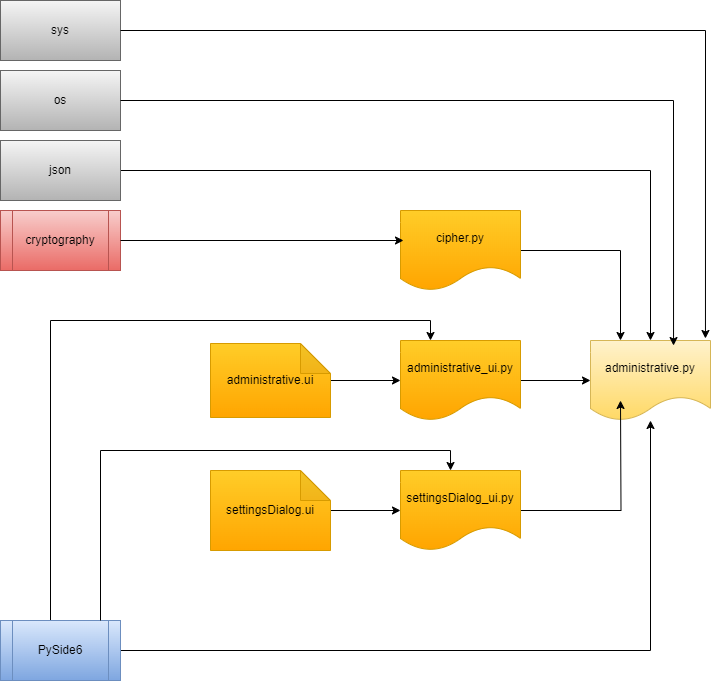
Earlier version of the draw.io export docs/pictures/Riippuvuudet-Moddulit.drawio.png (50904/Autolainaus). Source tidied: cells renumbered, new cells last; positions are measured from the earlier drawing's top-left corner, leaving out a move shared by most shapes.
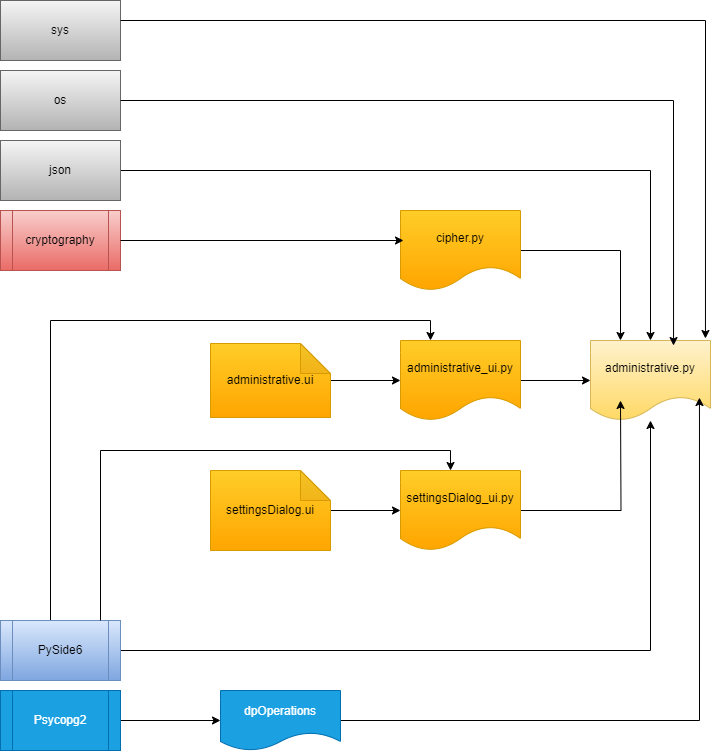
Above is the later version.

Diff of the diagram source:
```diff
@@ -81,7 +81,23 @@
       <mxGeometry relative="1" as="geometry" />
     </mxCell>
     <mxCell id="24" style="edgeStyle=orthogonalEdgeStyle;rounded=0;jettySize=auto;html=1;entryX=0.958;entryY=-0.025;entryDx=0;entryDy=0;entryPerimeter=0;" parent="1" edge="1" source="18" target="5">
-      <mxGeometry relative="1" as="geometry" />
+      <mxGeometry relative="1" as="geometry">
+        <Array as="points">
+          <mxPoint x="705" y="20" />
+        </Array>
+      </mxGeometry>
     </mxCell>
+    <mxCell id="25" style="edgeStyle=orthogonalEdgeStyle;rounded=0;jettySize=auto;html=1;" parent="1" edge="1" source="26" target="28">
+      <mxGeometry relative="1" as="geometry" />
+    </mxCell>
+    <mxCell id="26" value="Psycopg2" style="shape=process;whiteSpace=wrap;html=1;backgroundOutline=1;fillColor=#1ba1e2;strokeColor=#006EAF;fontColor=#ffffff;" parent="1" vertex="1">
+      <mxGeometry y="690" width="120" height="60" as="geometry" />
+    </mxCell>
+    <mxCell id="27" style="edgeStyle=orthogonalEdgeStyle;rounded=0;jettySize=auto;html=1;entryX=0.908;entryY=0.713;entryDx=0;entryDy=0;entryPerimeter=0;" parent="1" edge="1" source="28" target="5">
+      <mxGeometry relative="1" as="geometry" />
+    </mxCell>
+    <mxCell id="28" value="dpOperations" style="shape=document;whiteSpace=wrap;html=1;boundedLbl=1;fillColor=#1ba1e2;fontColor=#ffffff;strokeColor=#006EAF;" parent="1" vertex="1">
+      <mxGeometry x="220" y="690" width="120" height="60" as="geometry" />
+    </mxCell>
   </root>
 </mxGraphModel>
```
